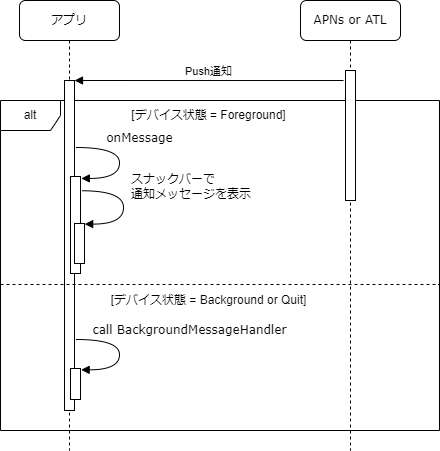
ws-4020/mobile-app-crib-notes keeps this draw.io diagram as website/docs/react-native/santoku/application-architecture/push-notification/receive-push-notification.drawio.png. Above is the earlier version. Source tidied: cells renumbered, new cells last; positions are measured from the earlier drawing's top-left corner, leaving out a move shared by most shapes.
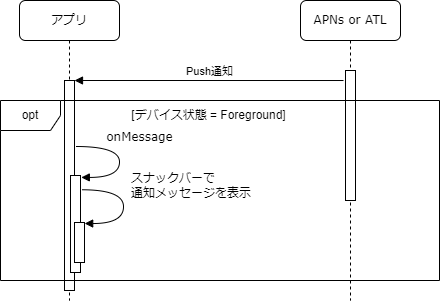
After the commit.

Change to the diagram source:
```diff
@@ -2,53 +2,38 @@
   <root>
     <mxCell id="0" />
     <mxCell id="1" parent="0" />
-    <mxCell id="2" value="alt" style="shape=umlFrame;whiteSpace=wrap;html=1;" parent="1" vertex="1">
-      <mxGeometry y="100" width="439" height="330" as="geometry" />
-    </mxCell>
     <mxCell id="3" value="アプリ" style="shape=umlLifeline;perimeter=lifelinePerimeter;whiteSpace=wrap;html=1;rounded=1;shadow=0;comic=0;labelBackgroundColor=none;strokeWidth=1;fontFamily=Verdana;fontSize=12;align=center;" parent="1" vertex="1">
-      <mxGeometry x="19" width="100" height="450" as="geometry" />
+      <mxGeometry x="19" width="100" height="300" as="geometry" />
     </mxCell>
     <mxCell id="4" style="html=1;points=[];perimeter=orthogonalPerimeter;" parent="3" vertex="1">
-      <mxGeometry x="45" y="80" width="10" height="330" as="geometry" />
+      <mxGeometry x="45" y="80" width="10" height="210" as="geometry" />
     </mxCell>
     <mxCell id="5" style="html=1;points=[];perimeter=orthogonalPerimeter;rounded=0;shadow=0;comic=0;labelBackgroundColor=none;strokeWidth=1;fontFamily=Verdana;fontSize=12;align=center;" parent="3" vertex="1">
-      <mxGeometry x="51" y="176" width="10" height="97" as="geometry" />
+      <mxGeometry x="51" y="175" width="10" height="97" as="geometry" />
     </mxCell>
     <mxCell id="6" value="onMessage" style="html=1;verticalAlign=bottom;endArrow=block;labelBackgroundColor=none;fontFamily=Verdana;fontSize=12;elbow=vertical;edgeStyle=orthogonalEdgeStyle;curved=1;exitX=1.038;exitY=0.345;exitPerimeter=0;entryX=1.083;entryY=0.02;entryDx=0;entryDy=0;entryPerimeter=0;" parent="3" edge="1" target="5">
       <mxGeometry x="-0.22" y="20" relative="1" as="geometry">
-        <mxPoint x="56.4" y="147" as="sourcePoint" />
+        <mxPoint x="56.4" y="146" as="sourcePoint" />
         <Array as="points">
-          <mxPoint x="100" y="147" />
-          <mxPoint x="100" y="178" />
+          <mxPoint x="100" y="146" />
+          <mxPoint x="100" y="177" />
         </Array>
       </mxGeometry>
     </mxCell>
     <mxCell id="7" style="html=1;points=[];perimeter=orthogonalPerimeter;rounded=0;shadow=0;comic=0;labelBackgroundColor=none;strokeWidth=1;fontFamily=Verdana;fontSize=12;align=center;" parent="3" vertex="1">
-      <mxGeometry x="55" y="223" width="10" height="40" as="geometry" />
+      <mxGeometry x="55" y="222" width="10" height="40" as="geometry" />
     </mxCell>
     <mxCell id="8" value="スナックバーで&lt;br&gt;通知メッセージを表示" style="html=1;verticalAlign=bottom;endArrow=block;labelBackgroundColor=none;fontFamily=Verdana;fontSize=12;elbow=vertical;edgeStyle=orthogonalEdgeStyle;curved=1;exitX=1.127;exitY=0.147;exitPerimeter=0;entryX=1.02;entryY=0.015;entryDx=0;entryDy=0;entryPerimeter=0;exitDx=0;exitDy=0;align=left;" parent="3" edge="1" source="5" target="7">
       <mxGeometry x="-0.05" y="6" relative="1" as="geometry">
         <Array as="points">
-          <mxPoint x="104" y="190" />
-          <mxPoint x="104" y="224" />
-          <mxPoint x="65" y="224" />
+          <mxPoint x="104" y="189" />
+          <mxPoint x="104" y="223" />
+          <mxPoint x="65" y="223" />
         </Array>
       </mxGeometry>
     </mxCell>
-    <mxCell id="9" style="html=1;points=[];perimeter=orthogonalPerimeter;rounded=0;shadow=0;comic=0;labelBackgroundColor=none;strokeWidth=1;fontFamily=Verdana;fontSize=12;align=center;" parent="3" vertex="1">
-      <mxGeometry x="51" y="368" width="10" height="31" as="geometry" />
-    </mxCell>
-    <mxCell id="10" value="call&amp;nbsp;BackgroundMessageHandler" style="html=1;verticalAlign=bottom;endArrow=block;labelBackgroundColor=none;fontFamily=Verdana;fontSize=12;elbow=vertical;edgeStyle=orthogonalEdgeStyle;curved=1;exitX=1.038;exitY=0.345;exitPerimeter=0;entryX=1.062;entryY=0.043;entryDx=0;entryDy=0;entryPerimeter=0;" parent="3" edge="1" target="9">
-      <mxGeometry x="-0.22" y="70" relative="1" as="geometry">
-        <mxPoint x="56.4" y="339" as="sourcePoint" />
-        <Array as="points">
-          <mxPoint x="100" y="339" />
-          <mxPoint x="100" y="369" />
-        </Array>
-      </mxGeometry>
-    </mxCell>
     <mxCell id="11" value="APNs or ATL" style="shape=umlLifeline;perimeter=lifelinePerimeter;whiteSpace=wrap;html=1;rounded=1;shadow=0;comic=0;labelBackgroundColor=none;strokeWidth=1;fontFamily=Verdana;fontSize=12;align=center;" parent="1" vertex="1">
-      <mxGeometry x="300" width="100" height="450" as="geometry" />
+      <mxGeometry x="300" width="100" height="300" as="geometry" />
     </mxCell>
     <mxCell id="12" style="html=1;points=[];perimeter=orthogonalPerimeter;rounded=0;shadow=0;comic=0;labelBackgroundColor=none;strokeWidth=1;fontFamily=Verdana;fontSize=12;align=center;" parent="11" vertex="1">
       <mxGeometry x="45" y="70" width="10" height="130" as="geometry" />
@@ -56,14 +41,11 @@
     <mxCell id="13" value="Push通知" style="html=1;verticalAlign=bottom;endArrow=block;entryX=1;entryY=0;rounded=0;exitX=-0.2;exitY=0.077;exitDx=0;exitDy=0;exitPerimeter=0;" parent="1" edge="1" source="12" target="4">
       <mxGeometry relative="1" as="geometry" />
     </mxCell>
-    <mxCell id="14" style="line;strokeWidth=1;fillColor=none;align=left;verticalAlign=middle;spacingTop=-1;spacingLeft=3;spacingRight=3;labelPosition=right;dashed=1;" parent="1" vertex="1">
-      <mxGeometry y="280" width="439" height="8" as="geometry" />
-    </mxCell>
     <mxCell id="15" value="[デバイス状態 = Foreground]" style="text;html=1;strokeColor=none;fillColor=none;align=center;verticalAlign=middle;whiteSpace=wrap;rounded=0;" parent="1" vertex="1">
       <mxGeometry x="119" y="100" width="179" height="30" as="geometry" />
     </mxCell>
-    <mxCell id="16" value="[デバイス状態 = Background or Quit]" style="text;html=1;strokeColor=none;fillColor=none;align=center;verticalAlign=middle;whiteSpace=wrap;rounded=0;" parent="1" vertex="1">
-      <mxGeometry x="74" y="285" width="269" height="30" as="geometry" />
-    </mxCell>
+    <mxCell id="2" value="opt" style="shape=umlFrame;whiteSpace=wrap;html=1;" parent="1" vertex="1">
+      <mxGeometry y="100" width="439" height="180" as="geometry" />
+    </mxCell>
   </root>
 </mxGraphModel>
```
